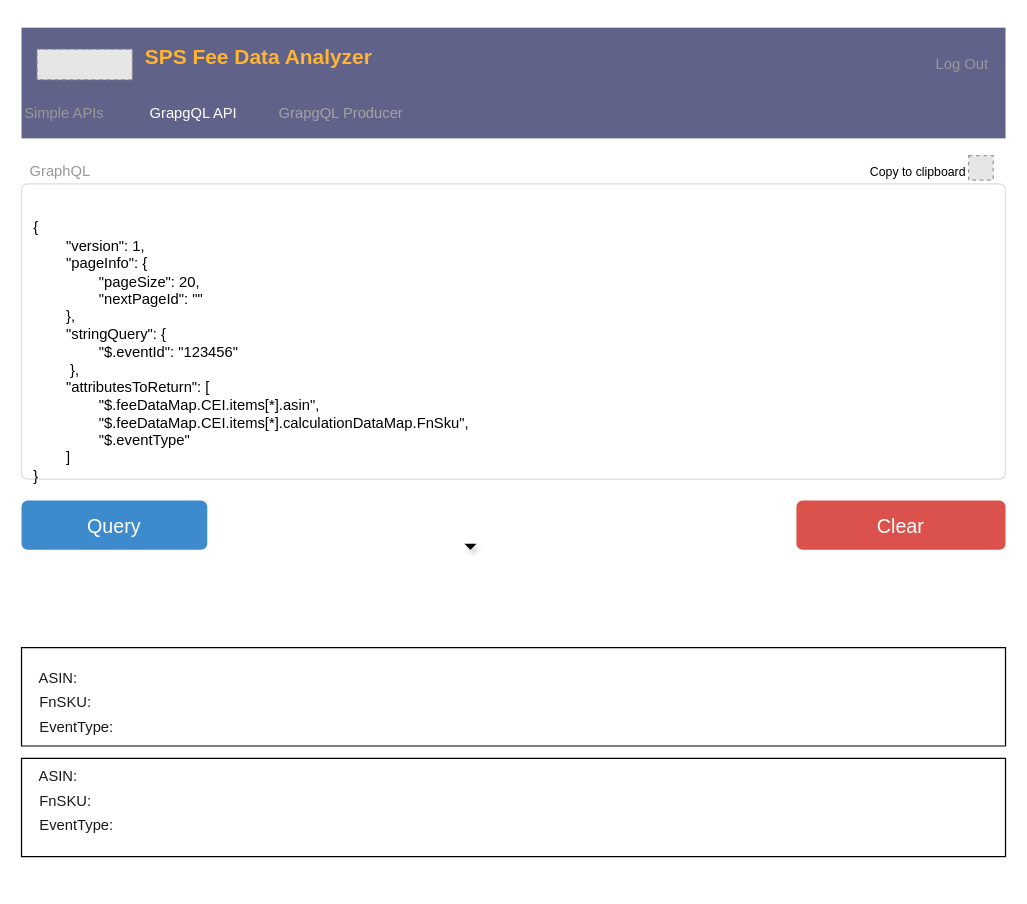
The draw.io diagram SPS Fee Data Analyzer Protal GraphQL.drawio in wang2gua/test, before the edit. Source tidied: cells renumbered, new cells numbered last; positions are measured from the earlier drawing's top-left corner, leaving out a move shared by most shapes. Both pictures are drawn from the tidied source at 123%, with x=0, y=0 at pixel (21, 21). Pictures stored in the file or linked from it are replaced by grey dashed boxes.
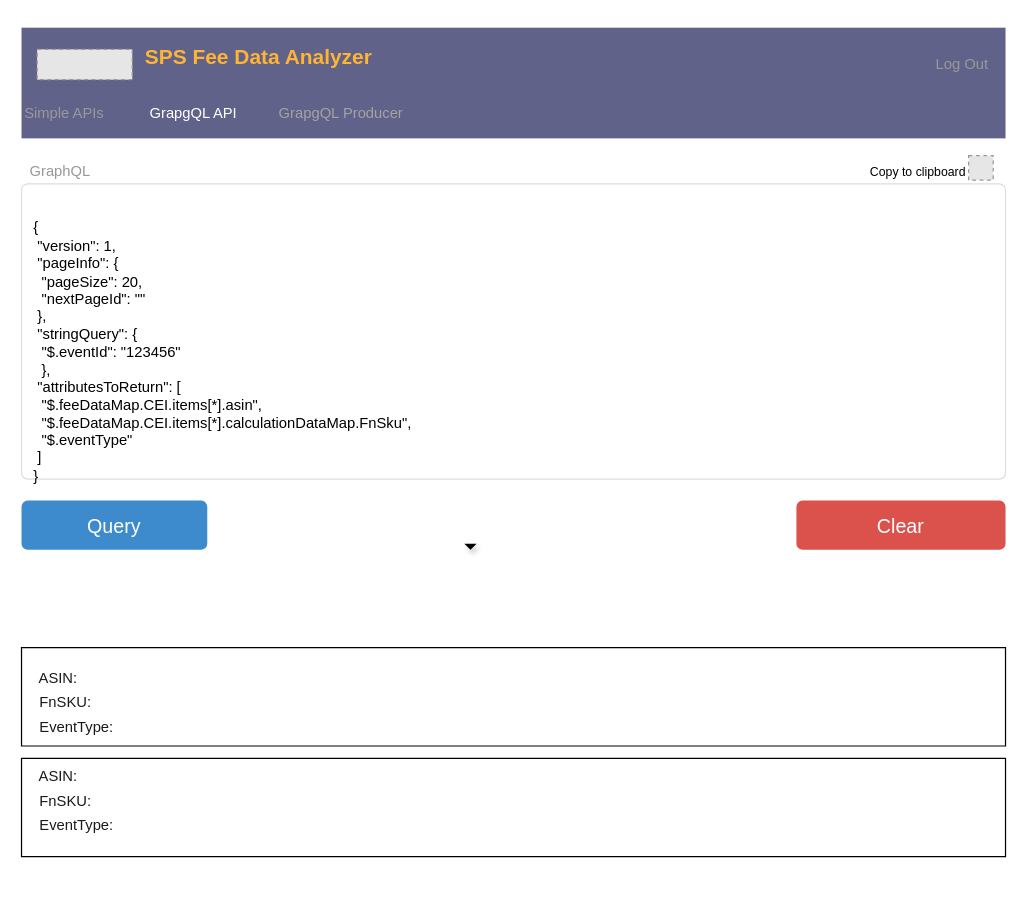
The same page after the edit.

Diff of the diagram source:
```diff
@@
-    <mxCell id="3" value="&lt;br&gt;{&lt;br&gt;  &lt;span style=&quot;white-space: pre&quot;&gt;&#9;&lt;/span&gt;&quot;version&quot;: 1,&lt;br&gt;  &lt;span style=&quot;white-space: pre&quot;&gt;&#9;&lt;/span&gt;&quot;pageInfo&quot;: {&lt;br&gt;    &lt;span style=&quot;white-space: pre&quot;&gt;&#9;&lt;/span&gt;&lt;span style=&quot;white-space: pre&quot;&gt;&#9;&lt;/span&gt;&quot;pageSize&quot;: 20,&lt;br&gt;    &lt;span style=&quot;white-space: pre&quot;&gt;&#9;&lt;/span&gt;&lt;span style=&quot;white-space: pre&quot;&gt;&#9;&lt;/span&gt;&quot;nextPageId&quot;: &quot;&quot;&lt;br&gt;  &lt;span style=&quot;white-space: pre&quot;&gt;&#9;&lt;/span&gt;&lt;span style=&quot;white-space: pre&quot;&gt;&lt;/span&gt;},&lt;br&gt;  &lt;span style=&quot;white-space: pre&quot;&gt;&#9;&lt;/span&gt;&quot;stringQuery&quot;: {&lt;br&gt;    &lt;span style=&quot;white-space: pre&quot;&gt;&#9;&lt;/span&gt;&lt;span style=&quot;white-space: pre&quot;&gt;&#9;&lt;/span&gt;&quot;$.eventId&quot;: &quot;123456&quot;&lt;br&gt;&lt;span style=&quot;white-space: pre&quot;&gt;&#9;&lt;/span&gt;  },&lt;br&gt;  &lt;span style=&quot;white-space: pre&quot;&gt;&#9;&lt;/span&gt;&quot;attributesToReturn&quot;: [&lt;br&gt;    &lt;span style=&quot;white-space: pre&quot;&gt;&#9;&lt;/span&gt;&lt;span style=&quot;white-space: pre&quot;&gt;&#9;&lt;/span&gt;&quot;$.feeDataMap.CEI.items[*].asin&quot;,&lt;br&gt;    &lt;span style=&quot;white-space: pre&quot;&gt;&#9;&lt;/span&gt;&lt;span style=&quot;white-space: pre&quot;&gt;&#9;&lt;/span&gt;&quot;$.feeDataMap.CEI.items[*].calculationDataMap.FnSku&quot;,&lt;br&gt;    &lt;span style=&quot;white-space: pre&quot;&gt;&#9;&lt;/span&gt;&lt;span style=&quot;white-space: pre&quot;&gt;&#9;&lt;/span&gt;&quot;$.eventType&quot;&lt;br&gt;  &lt;span style=&quot;white-space: pre&quot;&gt;&#9;&lt;/span&gt;]&lt;br&gt;}" style="html=1;shadow=0;dashed=0;shape=mxgraph.bootstrap.rrect;rSize=5;fontSize=12;strokeColor=#dddddd;align=left;spacing=10;verticalAlign=top;whiteSpace=wrap;rounded=0;" parent="1" vertex="1">
+    <mxCell id="3" value="&lt;br&gt;{&lt;br&gt;  &lt;span style=&quot;white-space: pre&quot;&gt; &lt;/span&gt;&quot;version&quot;: 1,&lt;br&gt;  &lt;span style=&quot;white-space: pre&quot;&gt; &lt;/span&gt;&quot;pageInfo&quot;: {&lt;br&gt;    &lt;span style=&quot;white-space: pre&quot;&gt; &lt;/span&gt;&lt;span style=&quot;white-space: pre&quot;&gt; &lt;/span&gt;&quot;pageSize&quot;: 20,&lt;br&gt;    &lt;span style=&quot;white-space: pre&quot;&gt; &lt;/span&gt;&lt;span style=&quot;white-space: pre&quot;&gt; &lt;/span&gt;&quot;nextPageId&quot;: &quot;&quot;&lt;br&gt;  &lt;span style=&quot;white-space: pre&quot;&gt; &lt;/span&gt;&lt;span style=&quot;white-space: pre&quot;&gt;&lt;/span&gt;},&lt;br&gt;  &lt;span style=&quot;white-space: pre&quot;&gt; &lt;/span&gt;&quot;stringQuery&quot;: {&lt;br&gt;    &lt;span style=&quot;white-space: pre&quot;&gt; &lt;/span&gt;&lt;span style=&quot;white-space: pre&quot;&gt; &lt;/span&gt;&quot;$.eventId&quot;: &quot;123456&quot;&lt;br&gt;&lt;span style=&quot;white-space: pre&quot;&gt; &lt;/span&gt;  },&lt;br&gt;  &lt;span style=&quot;white-space: pre&quot;&gt; &lt;/span&gt;&quot;attributesToReturn&quot;: [&lt;br&gt;    &lt;span style=&quot;white-space: pre&quot;&gt; &lt;/span&gt;&lt;span style=&quot;white-space: pre&quot;&gt; &lt;/span&gt;&quot;$.feeDataMap.CEI.items[*].asin&quot;,&lt;br&gt;    &lt;span style=&quot;white-space: pre&quot;&gt; &lt;/span&gt;&lt;span style=&quot;white-space: pre&quot;&gt; &lt;/span&gt;&quot;$.feeDataMap.CEI.items[*].calculationDataMap.FnSku&quot;,&lt;br&gt;    &lt;span style=&quot;white-space: pre&quot;&gt; &lt;/span&gt;&lt;span style=&quot;white-space: pre&quot;&gt; &lt;/span&gt;&quot;$.eventType&quot;&lt;br&gt;  &lt;span style=&quot;white-space: pre&quot;&gt; &lt;/span&gt;]&lt;br&gt;}" style="html=1;shadow=0;dashed=0;shape=mxgraph.bootstrap.rrect;rSize=5;fontSize=12;strokeColor=#dddddd;align=left;spacing=10;verticalAlign=top;whiteSpace=wrap;rounded=0;" parent="1" vertex="1">
       <mxGeometry y="132" width="800" height="240" as="geometry" />
     </mxCell>
```
